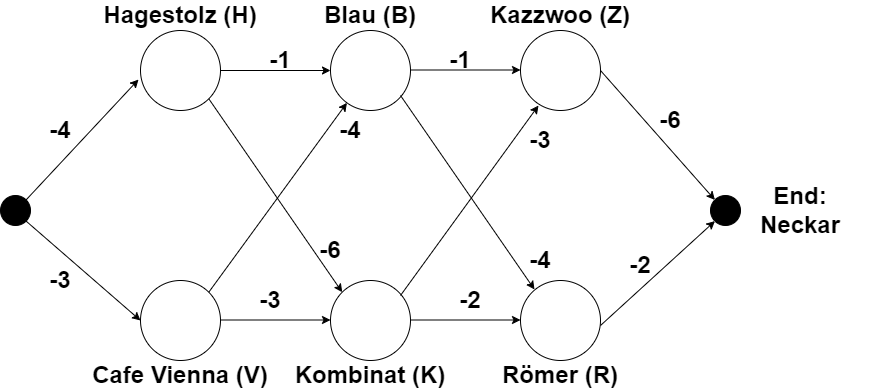
Earlier version of the draw.io export Exercise2/mannheim_pub_crawl.png (tok2000/rl_exercises). Source tidied: cells renumbered, new cells last; positions are measured from the earlier drawing's top-left corner, leaving out a move shared by most shapes. Its diagram source:
```xml
<mxGraphModel>
  <root>
    <mxCell id="0" />
    <mxCell id="1" parent="0" />
    <mxCell id="2" style="ellipse;whiteSpace=wrap;html=1;fillColor=#000000;" parent="1" vertex="1">
      <mxGeometry y="195" width="30" height="30" as="geometry" />
    </mxCell>
    <mxCell id="3" style="ellipse;whiteSpace=wrap;html=1;" parent="1" vertex="1">
      <mxGeometry x="140" y="30" width="80" height="80" as="geometry" />
    </mxCell>
    <mxCell id="4" style="ellipse;whiteSpace=wrap;html=1;" parent="1" vertex="1">
      <mxGeometry x="140" y="280" width="80" height="80" as="geometry" />
    </mxCell>
    <mxCell id="5" style="ellipse;whiteSpace=wrap;html=1;" parent="1" vertex="1">
      <mxGeometry x="330" y="30" width="80" height="80" as="geometry" />
    </mxCell>
    <mxCell id="6" style="ellipse;whiteSpace=wrap;html=1;" parent="1" vertex="1">
      <mxGeometry x="330" y="280" width="80" height="80" as="geometry" />
    </mxCell>
    <mxCell id="7" style="ellipse;whiteSpace=wrap;html=1;" parent="1" vertex="1">
      <mxGeometry x="520" y="30" width="80" height="80" as="geometry" />
    </mxCell>
    <mxCell id="8" style="ellipse;whiteSpace=wrap;html=1;" parent="1" vertex="1">
      <mxGeometry x="520" y="280" width="80" height="80" as="geometry" />
    </mxCell>
    <mxCell id="9" style="ellipse;whiteSpace=wrap;html=1;fillColor=#000000;" parent="1" vertex="1">
      <mxGeometry x="710" y="195" width="30" height="30" as="geometry" />
    </mxCell>
    <mxCell id="10" value="&lt;b&gt;&lt;font style=&quot;font-size: 24px;&quot;&gt;Hagestolz (H)&lt;/font&gt;&lt;/b&gt;" style="text;html=1;align=center;verticalAlign=middle;whiteSpace=wrap;rounded=0;" parent="1" vertex="1">
      <mxGeometry x="100" width="160" height="30" as="geometry" />
    </mxCell>
    <mxCell id="11" value="&lt;b&gt;&lt;font style=&quot;font-size: 24px;&quot;&gt;Blau (B)&lt;/font&gt;&lt;/b&gt;" style="text;html=1;align=center;verticalAlign=middle;whiteSpace=wrap;rounded=0;" parent="1" vertex="1">
      <mxGeometry x="290" width="160" height="30" as="geometry" />
    </mxCell>
    <mxCell id="12" value="&lt;b&gt;&lt;font style=&quot;font-size: 24px;&quot;&gt;Cafe Vienna (V)&lt;/font&gt;&lt;/b&gt;" style="text;html=1;align=center;verticalAlign=middle;whiteSpace=wrap;rounded=0;" parent="1" vertex="1">
      <mxGeometry x="90" y="360" width="180" height="30" as="geometry" />
    </mxCell>
    <mxCell id="13" value="&lt;b&gt;&lt;font style=&quot;font-size: 24px;&quot;&gt;Kazzwoo (Z)&lt;/font&gt;&lt;/b&gt;" style="text;html=1;align=center;verticalAlign=middle;whiteSpace=wrap;rounded=0;" parent="1" vertex="1">
      <mxGeometry x="480" width="160" height="30" as="geometry" />
    </mxCell>
    <mxCell id="14" value="&lt;b&gt;&lt;font style=&quot;font-size: 24px;&quot;&gt;Kombinat (K)&lt;/font&gt;&lt;/b&gt;" style="text;html=1;align=center;verticalAlign=middle;whiteSpace=wrap;rounded=0;" parent="1" vertex="1">
      <mxGeometry x="280" y="360" width="180" height="30" as="geometry" />
    </mxCell>
    <mxCell id="15" value="&lt;b&gt;&lt;font style=&quot;font-size: 24px;&quot;&gt;Römer (R)&lt;/font&gt;&lt;/b&gt;" style="text;html=1;align=center;verticalAlign=middle;whiteSpace=wrap;rounded=0;" parent="1" vertex="1">
      <mxGeometry x="470" y="360" width="180" height="30" as="geometry" />
    </mxCell>
    <mxCell id="16" style="endArrow=classic;html=1;rounded=0;entryX=-0.025;entryY=0.613;entryDx=0;entryDy=0;entryPerimeter=0;exitX=1;exitY=0;exitDx=0;exitDy=0;" parent="1" edge="1" source="2" target="3">
      <mxGeometry relative="1" as="geometry" />
    </mxCell>
    <mxCell id="17" style="endArrow=classic;html=1;rounded=0;entryX=0;entryY=0.5;entryDx=0;entryDy=0;exitX=1;exitY=1;exitDx=0;exitDy=0;" parent="1" edge="1" source="2" target="4">
      <mxGeometry relative="1" as="geometry" />
    </mxCell>
    <mxCell id="18" style="endArrow=classic;html=1;rounded=0;entryX=0;entryY=0.5;entryDx=0;entryDy=0;exitX=1;exitY=0.5;exitDx=0;exitDy=0;" parent="1" edge="1" source="3" target="5">
      <mxGeometry relative="1" as="geometry" />
    </mxCell>
    <mxCell id="19" style="endArrow=classic;html=1;rounded=0;entryX=0;entryY=0.5;entryDx=0;entryDy=0;exitX=1;exitY=0.5;exitDx=0;exitDy=0;" parent="1" edge="1">
      <mxGeometry relative="1" as="geometry">
        <mxPoint x="220" y="319.5" as="sourcePoint" />
        <mxPoint x="330" y="319.5" as="targetPoint" />
      </mxGeometry>
    </mxCell>
    <mxCell id="20" style="endArrow=classic;html=1;rounded=0;entryX=0;entryY=0.5;entryDx=0;entryDy=0;exitX=1;exitY=0.5;exitDx=0;exitDy=0;" parent="1" edge="1">
      <mxGeometry relative="1" as="geometry">
        <mxPoint x="410" y="69.5" as="sourcePoint" />
        <mxPoint x="520" y="69.5" as="targetPoint" />
      </mxGeometry>
    </mxCell>
    <mxCell id="21" style="endArrow=classic;html=1;rounded=0;entryX=0;entryY=0;entryDx=0;entryDy=0;exitX=1;exitY=0.5;exitDx=0;exitDy=0;" parent="1" edge="1" source="7" target="9">
      <mxGeometry relative="1" as="geometry" />
    </mxCell>
    <mxCell id="22" style="endArrow=classic;html=1;rounded=0;entryX=0;entryY=1;entryDx=0;entryDy=0;exitX=1;exitY=0.5;exitDx=0;exitDy=0;" parent="1" edge="1" target="9">
      <mxGeometry relative="1" as="geometry">
        <mxPoint x="600" y="325" as="sourcePoint" />
      </mxGeometry>
    </mxCell>
    <mxCell id="23" style="endArrow=classic;html=1;rounded=0;entryX=0;entryY=0.5;entryDx=0;entryDy=0;exitX=1;exitY=0.5;exitDx=0;exitDy=0;" parent="1" edge="1">
      <mxGeometry relative="1" as="geometry">
        <mxPoint x="410" y="319.5" as="sourcePoint" />
        <mxPoint x="520" y="319.5" as="targetPoint" />
      </mxGeometry>
    </mxCell>
    <mxCell id="24" style="endArrow=classic;html=1;rounded=0;entryX=0;entryY=0;entryDx=0;entryDy=0;exitX=1;exitY=1;exitDx=0;exitDy=0;" parent="1" edge="1" source="3" target="6">
      <mxGeometry relative="1" as="geometry" />
    </mxCell>
    <mxCell id="25" style="endArrow=classic;html=1;rounded=0;entryX=0;entryY=0;entryDx=0;entryDy=0;exitX=1;exitY=1;exitDx=0;exitDy=0;" parent="1" edge="1">
      <mxGeometry relative="1" as="geometry">
        <mxPoint x="400" y="95" as="sourcePoint" />
        <mxPoint x="534" y="289" as="targetPoint" />
      </mxGeometry>
    </mxCell>
    <mxCell id="26" style="endArrow=classic;html=1;rounded=0;exitX=1;exitY=0;exitDx=0;exitDy=0;" parent="1" edge="1" source="4" target="5">
      <mxGeometry relative="1" as="geometry" />
    </mxCell>
    <mxCell id="27" style="endArrow=classic;html=1;rounded=0;exitX=1;exitY=0;exitDx=0;exitDy=0;" parent="1" edge="1">
      <mxGeometry relative="1" as="geometry">
        <mxPoint x="400" y="295" as="sourcePoint" />
        <mxPoint x="538" y="105" as="targetPoint" />
      </mxGeometry>
    </mxCell>
    <mxCell id="28" value="&lt;span style=&quot;font-size: 24px;&quot;&gt;&lt;b&gt;End:&lt;/b&gt;&lt;/span&gt;&lt;div&gt;&lt;span style=&quot;font-size: 24px;&quot;&gt;&lt;b&gt;Neckar&lt;/b&gt;&lt;/span&gt;&lt;/div&gt;" style="text;html=1;align=center;verticalAlign=middle;whiteSpace=wrap;rounded=0;" parent="1" vertex="1">
      <mxGeometry x="720" y="195" width="160" height="30" as="geometry" />
    </mxCell>
    <mxCell id="29" value="&lt;b&gt;&lt;font style=&quot;font-size: 24px;&quot;&gt;-4&lt;/font&gt;&lt;/b&gt;" style="text;html=1;align=center;verticalAlign=middle;whiteSpace=wrap;rounded=0;" parent="1" vertex="1">
      <mxGeometry x="40" y="115" width="40" height="30" as="geometry" />
    </mxCell>
    <mxCell id="30" value="&lt;b&gt;&lt;font style=&quot;font-size: 24px;&quot;&gt;-3&lt;/font&gt;&lt;/b&gt;" style="text;html=1;align=center;verticalAlign=middle;whiteSpace=wrap;rounded=0;" parent="1" vertex="1">
      <mxGeometry x="40" y="265" width="40" height="30" as="geometry" />
    </mxCell>
    <mxCell id="31" value="&lt;b&gt;&lt;font style=&quot;font-size: 24px;&quot;&gt;-3&lt;/font&gt;&lt;/b&gt;" style="text;html=1;align=center;verticalAlign=middle;whiteSpace=wrap;rounded=0;" parent="1" vertex="1">
      <mxGeometry x="250" y="285" width="40" height="30" as="geometry" />
    </mxCell>
    <mxCell id="32" value="&lt;b&gt;&lt;font style=&quot;font-size: 24px;&quot;&gt;-2&lt;/font&gt;&lt;/b&gt;" style="text;html=1;align=center;verticalAlign=middle;whiteSpace=wrap;rounded=0;" parent="1" vertex="1">
      <mxGeometry x="450" y="285" width="40" height="30" as="geometry" />
    </mxCell>
    <mxCell id="33" value="&lt;b&gt;&lt;font style=&quot;font-size: 24px;&quot;&gt;-2&lt;/font&gt;&lt;/b&gt;" style="text;html=1;align=center;verticalAlign=middle;whiteSpace=wrap;rounded=0;" parent="1" vertex="1">
      <mxGeometry x="620" y="250" width="40" height="30" as="geometry" />
    </mxCell>
    <mxCell id="34" value="&lt;b&gt;&lt;font style=&quot;font-size: 24px;&quot;&gt;-1&lt;/font&gt;&lt;/b&gt;" style="text;html=1;align=center;verticalAlign=middle;whiteSpace=wrap;rounded=0;" parent="1" vertex="1">
      <mxGeometry x="260" y="45" width="40" height="30" as="geometry" />
    </mxCell>
    <mxCell id="35" value="&lt;b&gt;&lt;font style=&quot;font-size: 24px;&quot;&gt;-1&lt;/font&gt;&lt;/b&gt;" style="text;html=1;align=center;verticalAlign=middle;whiteSpace=wrap;rounded=0;" parent="1" vertex="1">
      <mxGeometry x="440" y="45" width="40" height="30" as="geometry" />
    </mxCell>
    <mxCell id="36" value="&lt;b&gt;&lt;font style=&quot;font-size: 24px;&quot;&gt;-6&lt;/font&gt;&lt;/b&gt;" style="text;html=1;align=center;verticalAlign=middle;whiteSpace=wrap;rounded=0;" parent="1" vertex="1">
      <mxGeometry x="650" y="105" width="40" height="30" as="geometry" />
    </mxCell>
    <mxCell id="37" value="&lt;b&gt;&lt;font style=&quot;font-size: 24px;&quot;&gt;-6&lt;/font&gt;&lt;/b&gt;" style="text;html=1;align=center;verticalAlign=middle;whiteSpace=wrap;rounded=0;" parent="1" vertex="1">
      <mxGeometry x="310" y="235" width="40" height="30" as="geometry" />
    </mxCell>
    <mxCell id="38" value="&lt;b&gt;&lt;font style=&quot;font-size: 24px;&quot;&gt;-4&lt;/font&gt;&lt;/b&gt;" style="text;html=1;align=center;verticalAlign=middle;whiteSpace=wrap;rounded=0;" parent="1" vertex="1">
      <mxGeometry x="330" y="115" width="40" height="30" as="geometry" />
    </mxCell>
    <mxCell id="39" value="&lt;b&gt;&lt;font style=&quot;font-size: 24px;&quot;&gt;-4&lt;/font&gt;&lt;/b&gt;" style="text;html=1;align=center;verticalAlign=middle;whiteSpace=wrap;rounded=0;" parent="1" vertex="1">
      <mxGeometry x="520" y="245" width="40" height="30" as="geometry" />
    </mxCell>
    <mxCell id="40" value="&lt;b&gt;&lt;font style=&quot;font-size: 24px;&quot;&gt;-3&lt;/font&gt;&lt;/b&gt;" style="text;html=1;align=center;verticalAlign=middle;whiteSpace=wrap;rounded=0;" parent="1" vertex="1">
      <mxGeometry x="520" y="125" width="40" height="30" as="geometry" />
    </mxCell>
  </root>
</mxGraphModel>
```
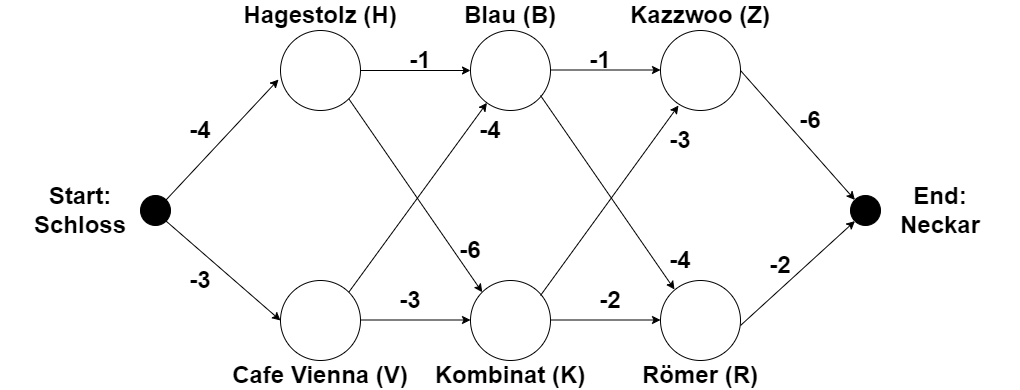
The same file after the commit.

Commit message:
correcting exercise 2 figure

Change to the diagram source:
```diff
@@ -136,5 +136,8 @@
     <mxCell id="40" value="&lt;b&gt;&lt;font style=&quot;font-size: 24px;&quot;&gt;-3&lt;/font&gt;&lt;/b&gt;" style="text;html=1;align=center;verticalAlign=middle;whiteSpace=wrap;rounded=0;" parent="1" vertex="1">
       <mxGeometry x="520" y="125" width="40" height="30" as="geometry" />
     </mxCell>
+    <mxCell id="41" value="&lt;span style=&quot;font-size: 24px;&quot;&gt;&lt;b&gt;Start:&lt;br&gt;Schloss&lt;/b&gt;&lt;/span&gt;" style="text;html=1;align=center;verticalAlign=middle;whiteSpace=wrap;rounded=0;" parent="1" vertex="1">
+      <mxGeometry x="-140" y="195" width="160" height="30" as="geometry" />
+    </mxCell>
   </root>
 </mxGraphModel>
```
